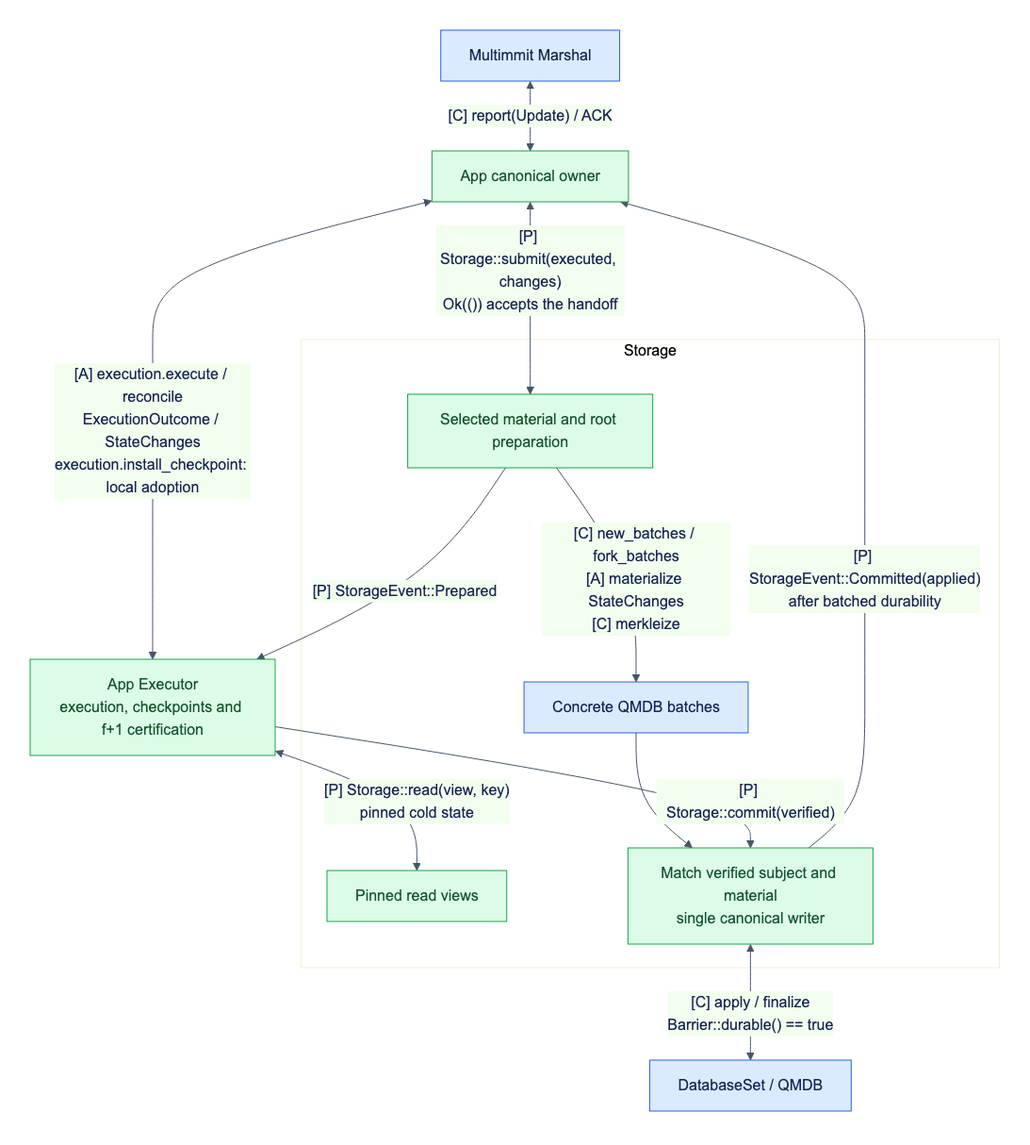
djm07073/baton keeps this Mermaid diagram as docs/assets/diagrams/diagram-17.png. Above is the earlier version. Its source is kept beside it as docs/assets/diagrams/diagram-17.mmd.
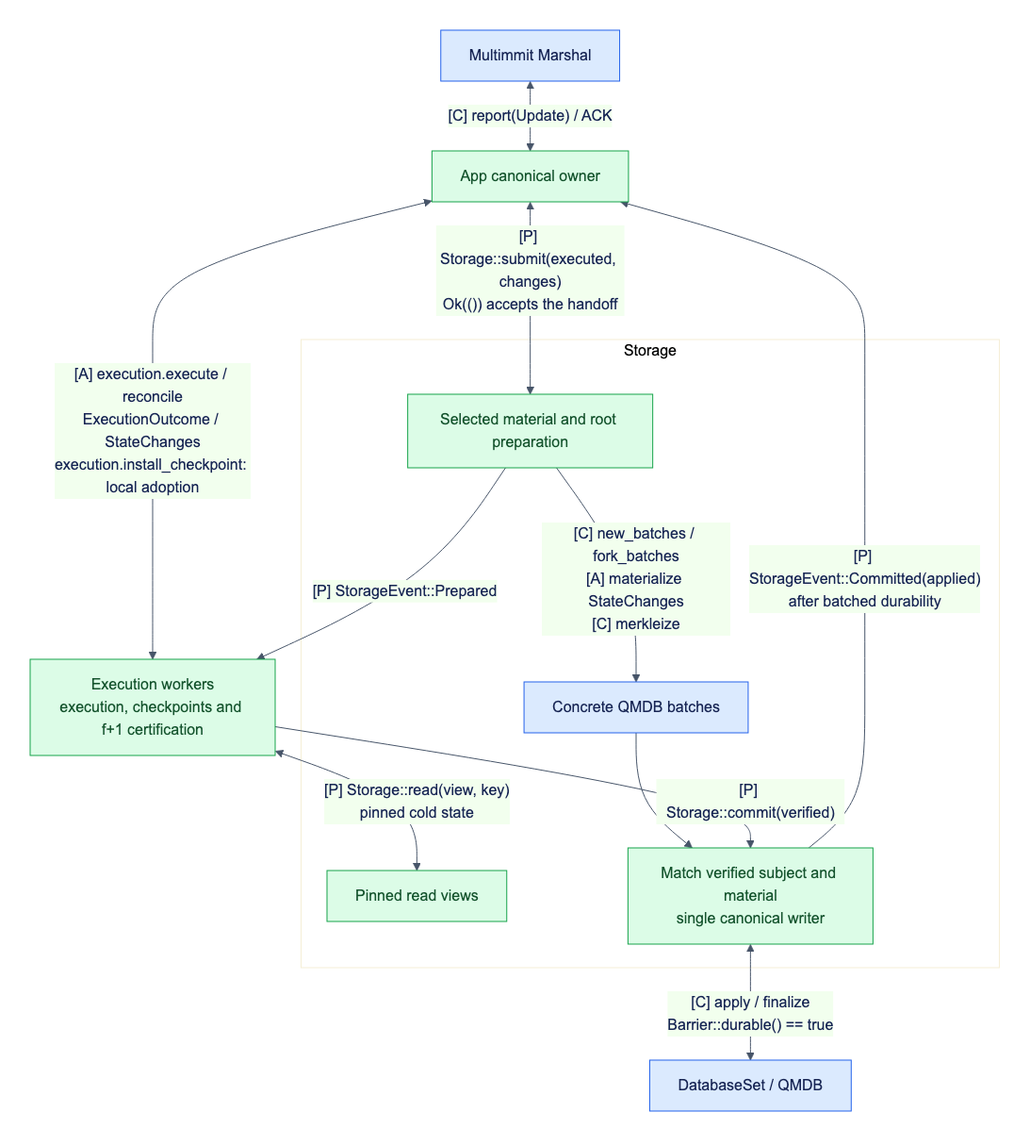
Above is the later version.

Diff of the diagram source:
```diff
@@ -1,6 +1,6 @@
 flowchart TB
     M["Multimmit Marshal"] <-->|"[C] report(Update) / ACK"| A["App canonical owner"]
-    A <-->|"[A] execution.execute / reconcile<br/>ExecutionOutcome / StateChanges<br/>execution.install_checkpoint: local adoption"| E["App Executor<br/>execution, checkpoints and f+1 certification"]
+    A <-->|"[A] execution.execute / reconcile<br/>ExecutionOutcome / StateChanges<br/>execution.install_checkpoint: local adoption"| E["Execution workers<br/>execution, checkpoints and f+1 certification"]
     subgraph S["Storage"]
         R["Pinned read views"]
         P["Selected material and root preparation"]
```
